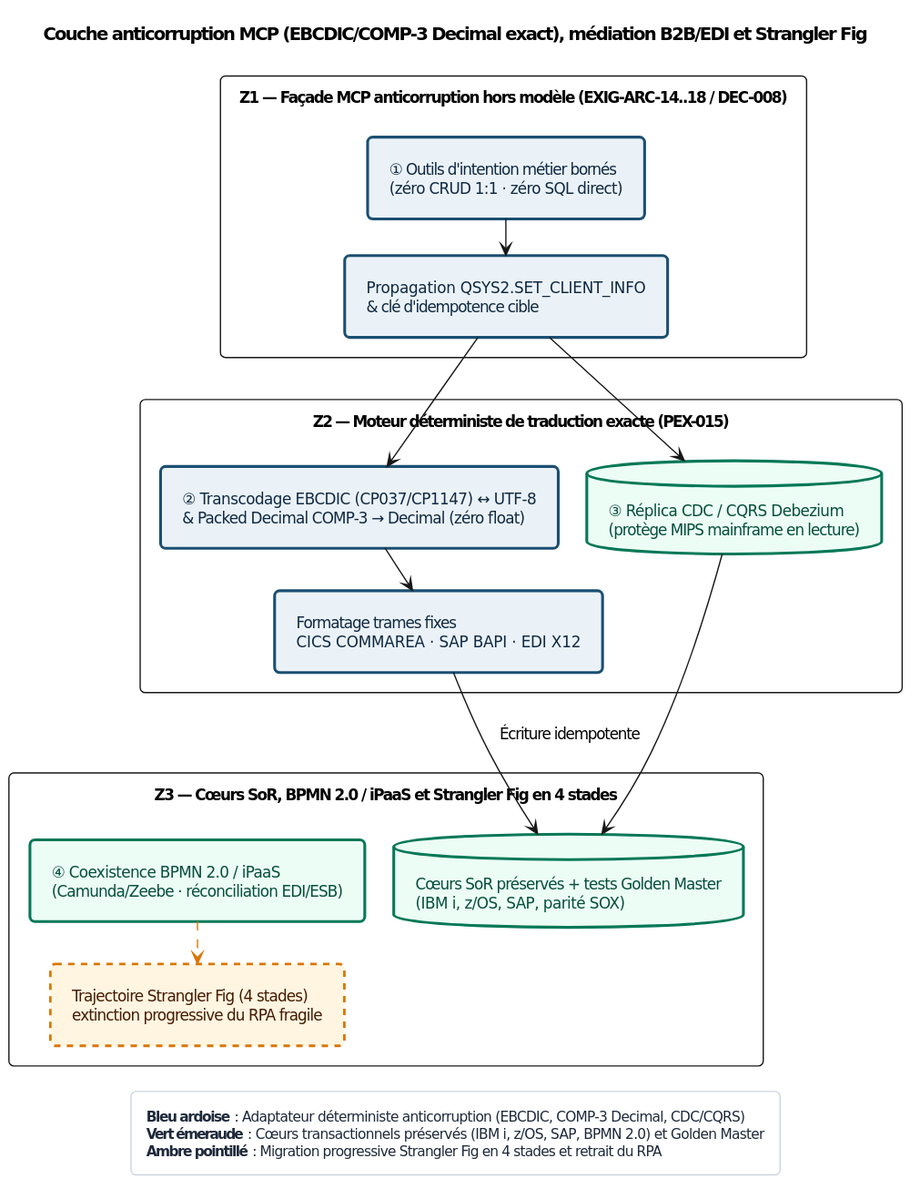
agbruneau/Agentique keeps this PlantUML diagram as Sources/Compendium/ouvrage/schemas/rendus/SCH-12-01.svg. Above is the earlier version.
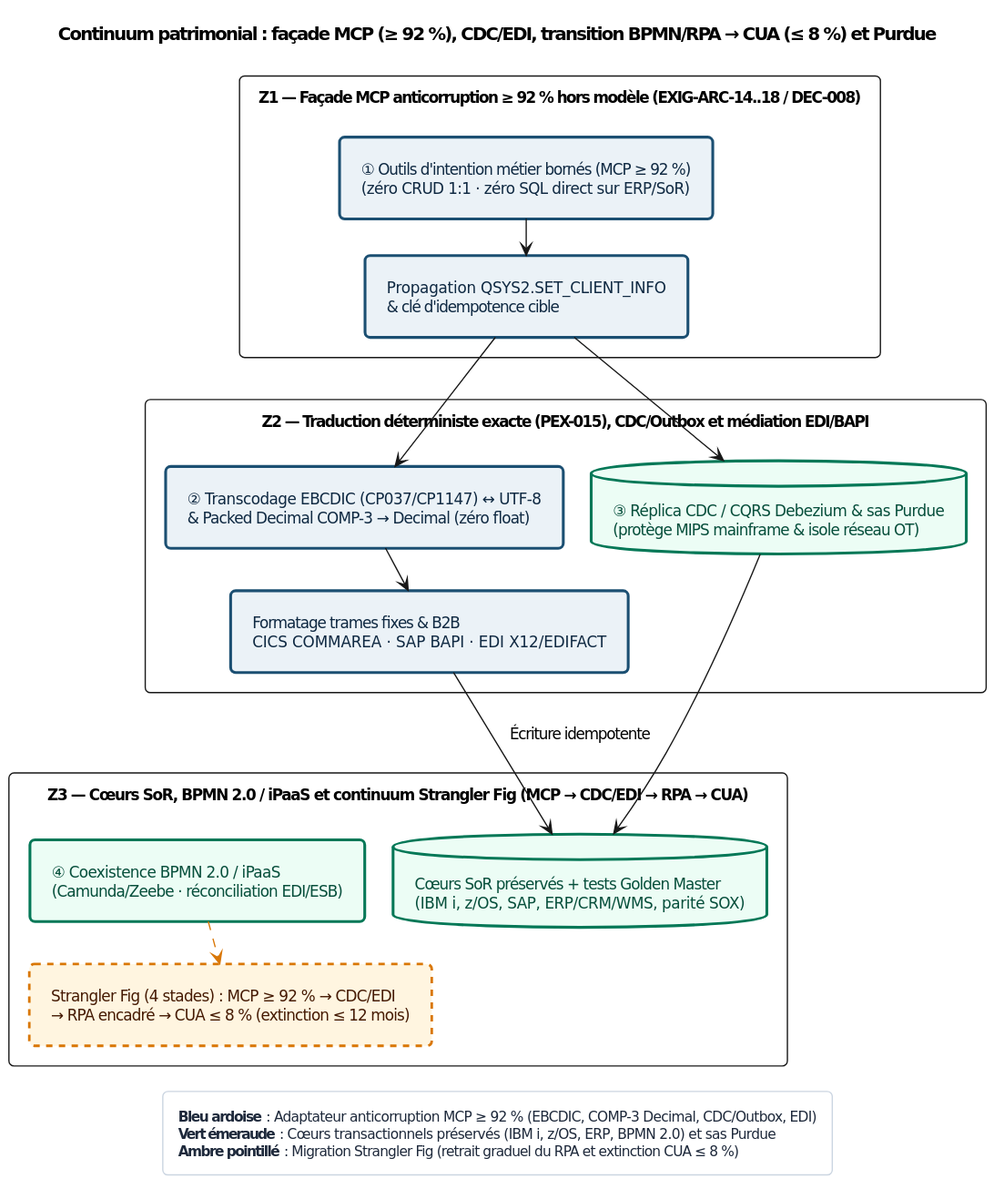
Above is the later version.

The edit, as a diff of the source:
```diff
@@ -25,35 +25,35 @@
 skinparam padding 7
 
 top to bottom direction
-title Couche anticorruption MCP (EBCDIC/COMP-3 Decimal exact), médiation B2B/EDI et Strangler Fig
+title Continuum patrimonial : façade MCP (≥ 92 %), CDC/EDI, transition BPMN/RPA → CUA (≤ 8 %) et Purdue
 
-package "Z1 — Façade MCP anticorruption hors modèle (EXIG-ARC-14..18 / DEC-008)" {
-  rectangle "① Outils d'intention métier bornés\n(zéro CRUD 1:1 · zéro SQL direct)" as N1 <<det>>
+package "Z1 — Façade MCP anticorruption ≥ 92 % hors modèle (EXIG-ARC-14..18 / DEC-008)" {
+  rectangle "① Outils d'intention métier bornés (MCP ≥ 92 %)\n(zéro CRUD 1:1 · zéro SQL direct sur ERP/SoR)" as N1 <<det>>
   rectangle "Propagation QSYS2.SET_CLIENT_INFO\n& clé d'idempotence cible" as N2 <<det>>
   N1 --> N2
 }
 
-package "Z2 — Moteur déterministe de traduction exacte (PEX-015)" {
+package "Z2 — Traduction déterministe exacte (PEX-015), CDC/Outbox et médiation EDI/BAPI" {
   rectangle "② Transcodage EBCDIC (CP037/CP1147) ↔ UTF-8\n& Packed Decimal COMP-3 → Decimal (zéro float)" as N3 <<det>>
-  rectangle "Formatage trames fixes\nCICS COMMAREA · SAP BAPI · EDI X12" as N4 <<det>>
-  database "③ Réplica CDC / CQRS Debezium\n(protège MIPS mainframe en lecture)" as N5 <<green>>
+  rectangle "Formatage trames fixes & B2B\nCICS COMMAREA · SAP BAPI · EDI X12/EDIFACT" as N4 <<det>>
+  database "③ Réplica CDC / CQRS Debezium & sas Purdue\n(protège MIPS mainframe & isole réseau OT)" as N5 <<green>>
   N2 --> N3
   N3 --> N4
   N2 --> N5
 }
 
-package "Z3 — Cœurs SoR, BPMN 2.0 / iPaaS et Strangler Fig en 4 stades" {
-  database "Cœurs SoR préservés + tests Golden Master\n(IBM i, z/OS, SAP, parité SOX)" as N6 <<green>>
+package "Z3 — Cœurs SoR, BPMN 2.0 / iPaaS et continuum Strangler Fig (MCP → CDC/EDI → RPA → CUA)" {
+  database "Cœurs SoR préservés + tests Golden Master\n(IBM i, z/OS, SAP, ERP/CRM/WMS, parité SOX)" as N6 <<green>>
   rectangle "④ Coexistence BPMN 2.0 / iPaaS\n(Camunda/Zeebe · réconciliation EDI/ESB)" as N7 <<green>>
-  rectangle "Trajectoire Strangler Fig (4 stades)\nextinction progressive du RPA fragile" as N8 <<prob>>
+  rectangle "Strangler Fig (4 stades) : MCP ≥ 92 % → CDC/EDI\n→ RPA encadré → CUA ≤ 8 % (extinction ≤ 12 mois)" as N8 <<prob>>
   N4 --> N6 : Écriture idempotente
   N5 --> N6
   N7 .[#D97706].> N8
 }
 
 legend bottom
-  **Bleu ardoise** : Adaptateur déterministe anticorruption (EBCDIC, COMP-3 Decimal, CDC/CQRS)
-  **Vert émeraude** : Cœurs transactionnels préservés (IBM i, z/OS, SAP, BPMN 2.0) et Golden Master
-  **Ambre pointillé** : Migration progressive Strangler Fig en 4 stades et retrait du RPA
+  **Bleu ardoise** : Adaptateur anticorruption MCP ≥ 92 % (EBCDIC, COMP-3 Decimal, CDC/Outbox, EDI)
+  **Vert émeraude** : Cœurs transactionnels préservés (IBM i, z/OS, ERP, BPMN 2.0) et sas Purdue
+  **Ambre pointillé** : Migration Strangler Fig (retrait graduel du RPA et extinction CUA ≤ 8 %)
 end legend
 @enduml
```
